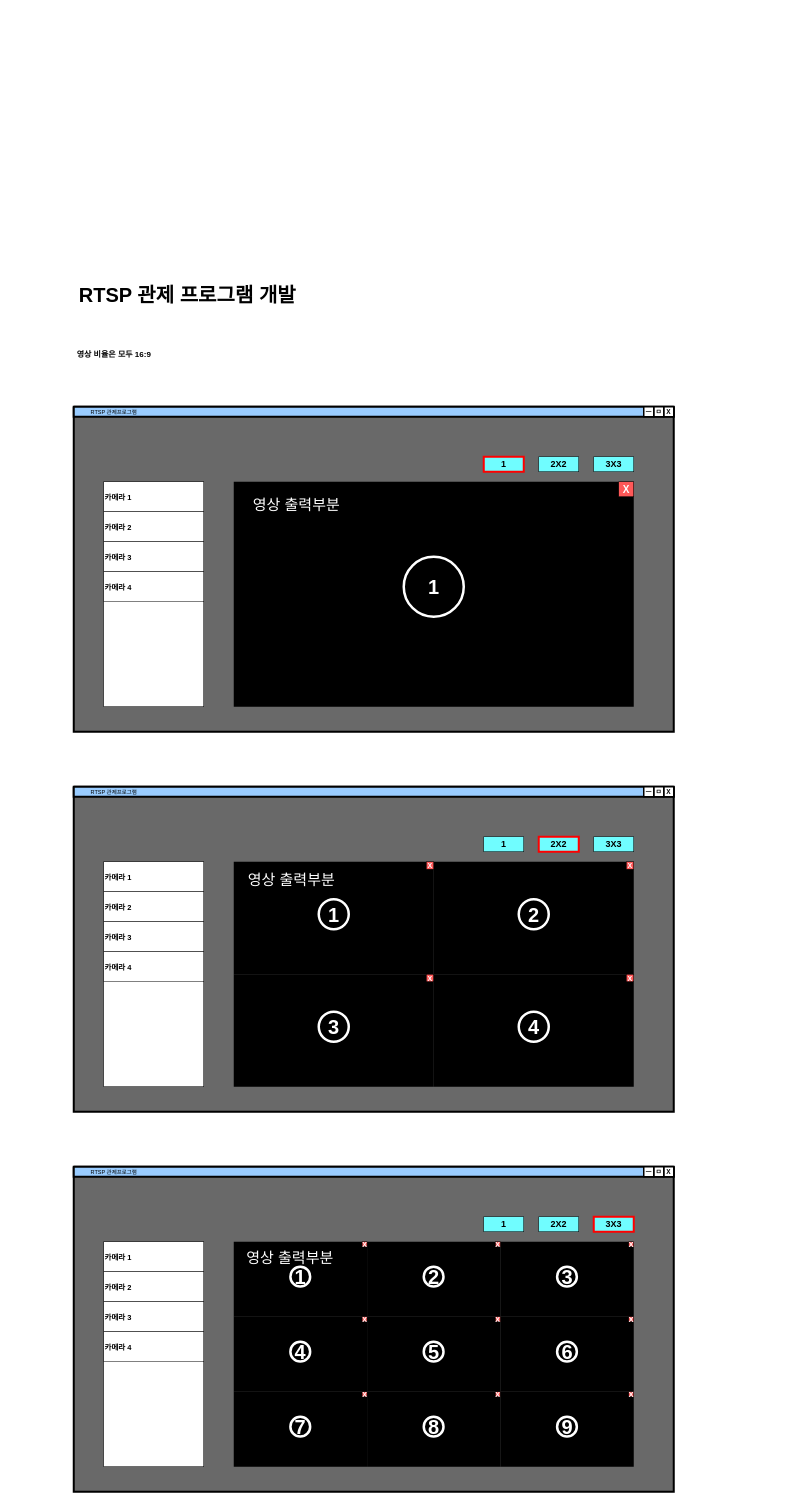
This is RTSP관제프로그램 UI.drawio from Hyunmin-Kwak-hub/neighbor21, a draw.io file, before an edit. Source tidied: cells renumbered, new cells numbered last; positions are measured from the earlier drawing's top-left corner, leaving out a move shared by most shapes. Both pictures are drawn from the tidied source at 50%, with x=0, y=0 at pixel (67, 280).
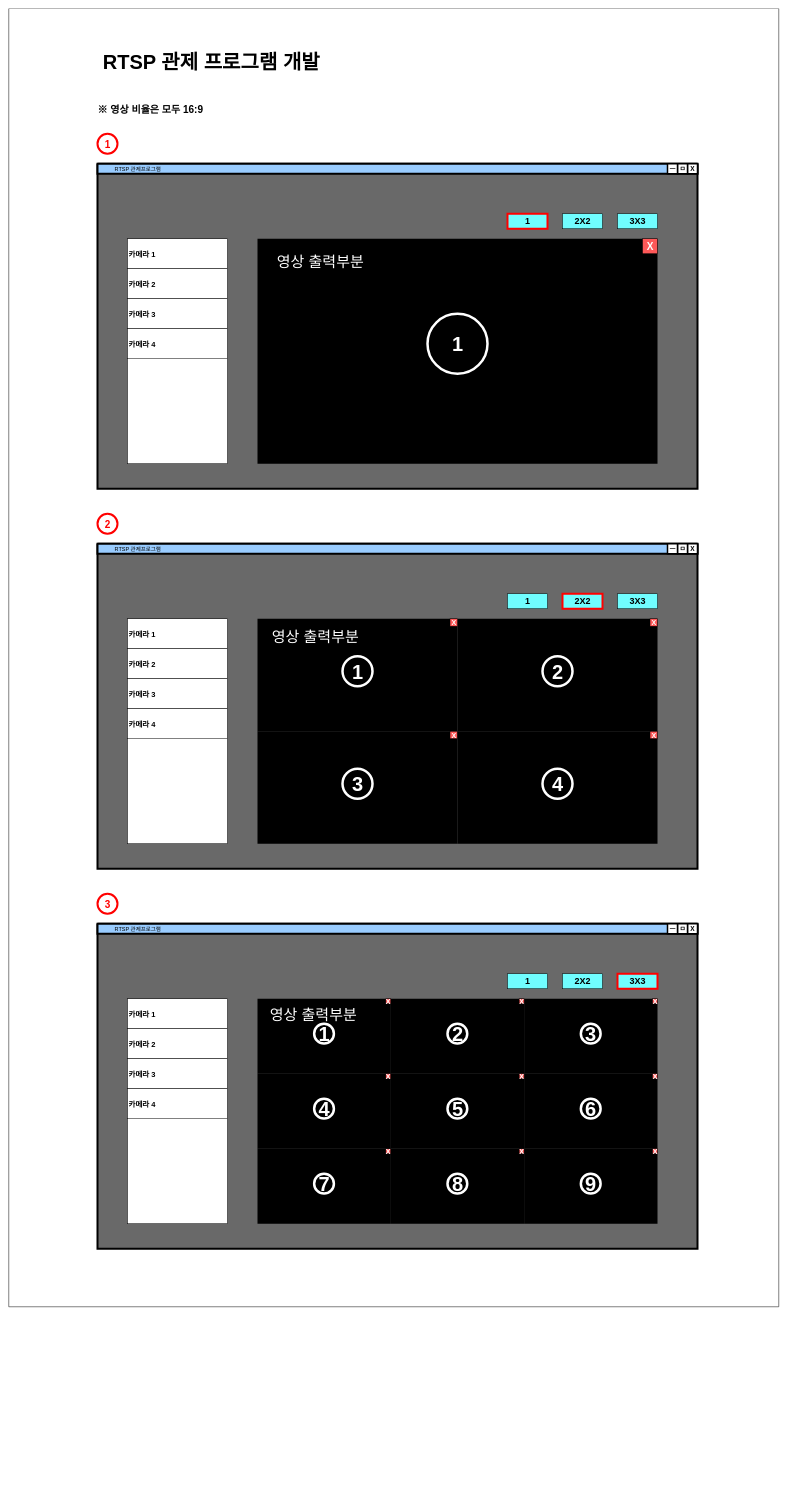
Above is the later version.

Commit message:
RTSP관제프로그램 UI.drawio 업데이트

Change to the diagram source:
```diff
@@
+    <mxCell id="96" style="swimlane;startSize=0;swimlaneFillColor=default;fillColor=none;" parent="1" vertex="1">
+      <mxGeometry x="-117" y="-542" width="1540" height="2596" as="geometry" />
+    </mxCell>
-    <mxCell id="2" style="swimlane;startSize=0;swimlaneFillColor=light-dark(#696969, #ededed);fillColor=none;strokeWidth=4;" parent="1" vertex="1">
-      <mxGeometry x="13" y="254" width="1200" height="650" as="geometry" />
+    <mxCell id="2" style="swimlane;startSize=0;swimlaneFillColor=light-dark(#696969, #ededed);fillColor=none;strokeWidth=4;" parent="96" vertex="1">
+      <mxGeometry x="177.5" y="310" width="1200" height="650" as="geometry" />
     </mxCell>
@@
-    <mxCell id="21" style="swimlane;startSize=0;swimlaneFillColor=light-dark(#696969, #ededed);fillColor=none;strokeWidth=4;" parent="1" vertex="1">
-      <mxGeometry x="13" y="1014" width="1200" height="650" as="geometry" />
+    <mxCell id="21" style="swimlane;startSize=0;swimlaneFillColor=light-dark(#696969, #ededed);fillColor=none;strokeWidth=4;" parent="96" vertex="1">
+      <mxGeometry x="177.5" y="1070" width="1200" height="650" as="geometry" />
     </mxCell>
@@
-    <mxCell id="50" style="swimlane;startSize=0;swimlaneFillColor=light-dark(#696969, #ededed);fillColor=none;strokeWidth=4;" parent="1" vertex="1">
-      <mxGeometry x="13" y="1774" width="1200" height="650" as="geometry" />
+    <mxCell id="50" style="swimlane;startSize=0;swimlaneFillColor=light-dark(#696969, #ededed);fillColor=none;strokeWidth=4;" parent="96" vertex="1">
+      <mxGeometry x="177.5" y="1830" width="1200" height="650" as="geometry" />
     </mxCell>
@@
-    <mxCell id="94" value="영상 비율은 모두 16:9" style="text;html=1;align=center;verticalAlign=middle;strokeColor=none;fillColor=none;fontSize=16;fontStyle=1;" parent="1" vertex="1">
-      <mxGeometry x="3" y="134" width="180" height="30" as="geometry" />
+    <mxCell id="94" value="※ 영상 비율은 모두 16:9" style="text;html=1;align=center;verticalAlign=middle;strokeColor=none;fillColor=none;fontSize=20;fontStyle=1;labelBackgroundColor=none;fontColor=default;" parent="96" vertex="1">
+      <mxGeometry x="162.5" y="181" width="240" height="40" as="geometry" />
     </mxCell>
-    <mxCell id="95" value="RTSP 관제 프로그램 개발" style="text;html=1;align=center;verticalAlign=middle;strokeColor=none;fillColor=none;fontSize=40;fontStyle=1;" parent="1" vertex="1">
-      <mxGeometry width="480" height="60" as="geometry" />
+    <mxCell id="95" value="RTSP 관제 프로그램 개발" style="text;html=1;align=center;verticalAlign=middle;strokeColor=none;fillColor=none;fontSize=40;fontStyle=1;" parent="96" vertex="1">
+      <mxGeometry x="164.5" y="76" width="480" height="60" as="geometry" />
     </mxCell>
+    <mxCell id="97" value="1" style="ellipse;whiteSpace=wrap;html=1;fillColor=none;strokeColor=#FF0000;strokeWidth=4;fontSize=20;fontStyle=1;fontColor=light-dark(#ff0000, #ededed);" parent="96" vertex="1">
+      <mxGeometry x="177.5" y="250" width="40" height="40" as="geometry" />
+    </mxCell>
+    <mxCell id="98" value="2" style="ellipse;whiteSpace=wrap;html=1;fillColor=none;strokeColor=#FF0000;strokeWidth=4;fontSize=20;fontStyle=1;fontColor=light-dark(#ff0000, #ededed);" parent="96" vertex="1">
+      <mxGeometry x="177.5" y="1010" width="40" height="40" as="geometry" />
+    </mxCell>
+    <mxCell id="99" value="3" style="ellipse;whiteSpace=wrap;html=1;fillColor=none;strokeColor=#FF0000;strokeWidth=4;fontSize=20;fontStyle=1;fontColor=light-dark(#ff0000, #ededed);" parent="96" vertex="1">
+      <mxGeometry x="177.5" y="1770" width="40" height="40" as="geometry" />
+    </mxCell>
```
